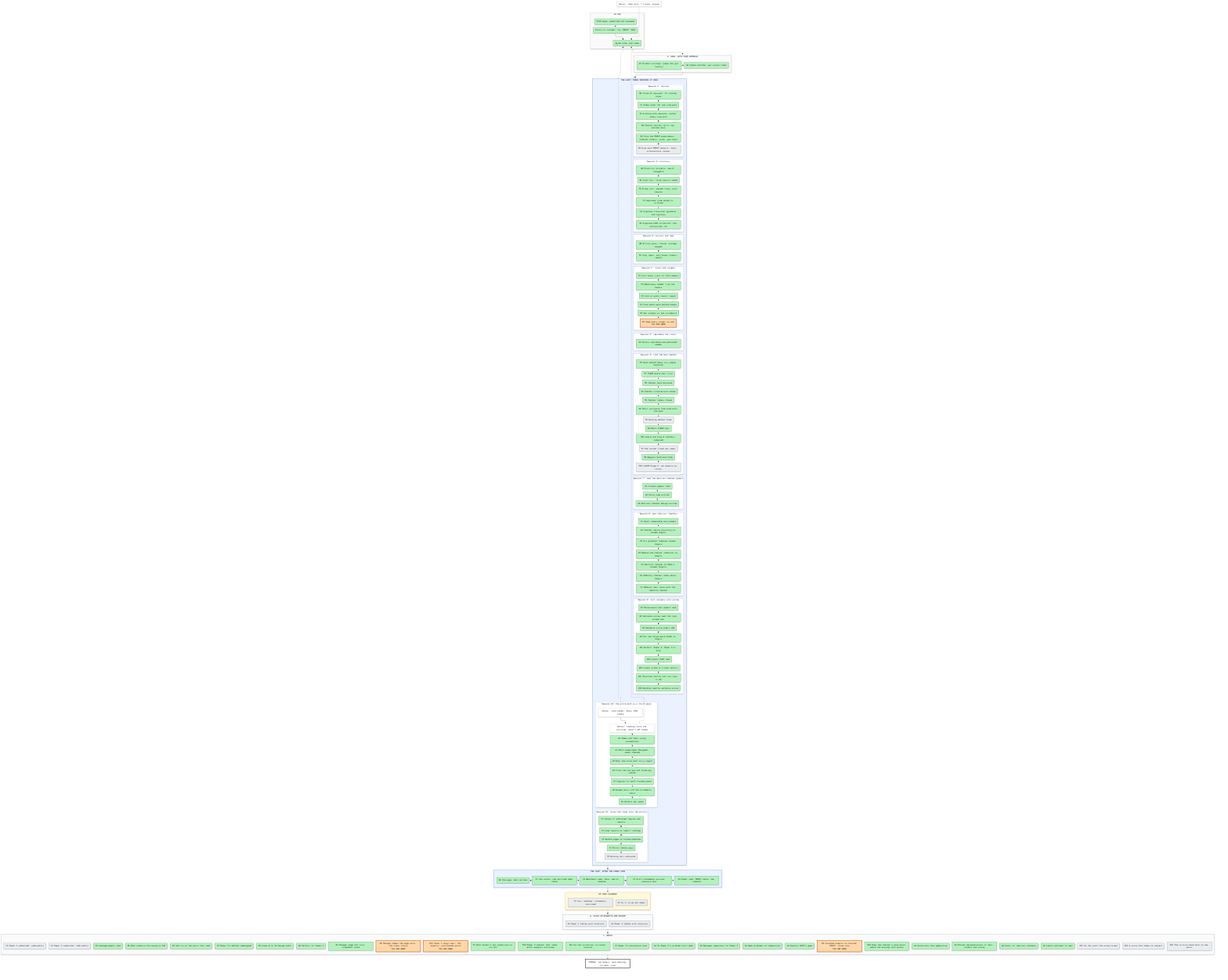
mo-rsa24/concept-composition keeps this Mermaid diagram as artifacts/notes/progress/map.png. Above is the earlier version. Its source is kept beside it as artifacts/notes/progress/map.mmd.
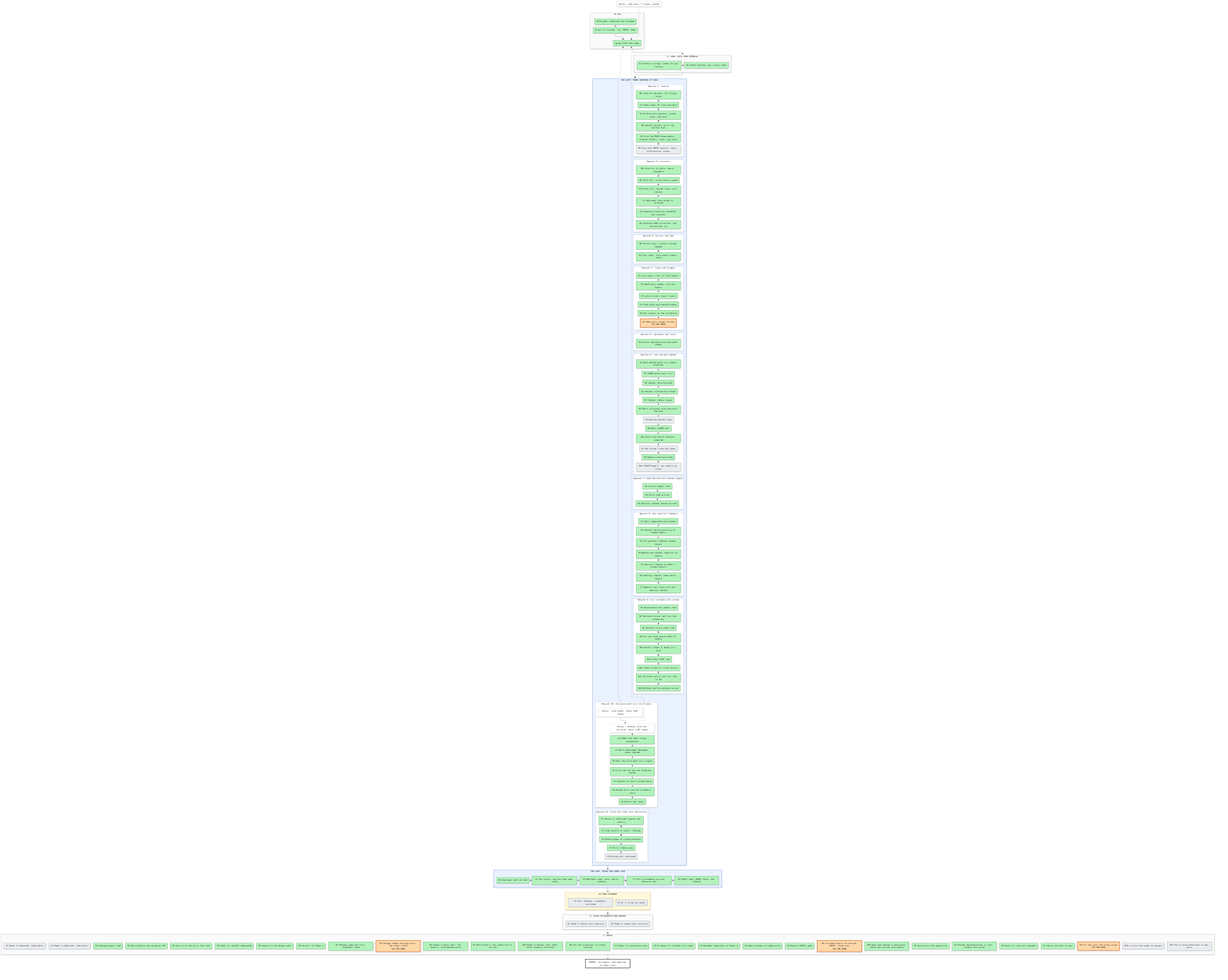
After the commit.

Commit message:
M11 done, M14 doing; map redrawn

The edit, as a diff of the source:
```diff
@@ -74,7 +74,7 @@
   end
   subgraph SF["F. WRITE"]
     direction LR
-    F1["F1 Paper 1 submitted, code public"]:::todo ~~~ F2["F2 Paper 2 submitted, code public"]:::todo ~~~ Z1["Z1 Leakage papers read"]:::done ~~~ Z2["Z2 What predicts borrowing on CO3"]:::done ~~~ Z3["Z3 One fix on the pairs that leak"]:::done ~~~ Z4["Z4 Paper 2's method redesigned"]:::done ~~~ Z5["Z5 Loops 8 to 10 design audit"]:::done ~~~ Z6["Z6 Verdict for Paper 2"]:::done ~~~ N1["N1 Manager page and first alignment round"]:::done ~~~ N2["N2 Manager keeps the page until the loops finish<br/>YOU ARE HERE"]:::doing ~~~ M11["M11 Paper 1 digit test: the experts' vote beside paste<br/>YOU ARE HERE"]:::doing ~~~ Z7["Z7 Each animal's own prediction in its box"]:::done ~~~ M12["M12 Paper 2 checker that reads which subjects are drawn"]:::done ~~~ Z8["Z8 Can the correction fix known failures"]:::done ~~~ K7["K7 Paper 1's evaluation plan"]:::done ~~~ G1["G1 Is Paper 2's problem still open"]:::done ~~~ G2["G2 Reviewer questions for Paper 1"]:::done ~~~ G3["G3 Open problems in composition"]:::done ~~~ G4["G4 Exploit DCFM's gaps"]:::done ~~~ Z9["Z9 Finished experts on Colored MNIST, three arms<br/>YOU ARE HERE"]:::doing ~~~ M13["M13 Does the checker's push point where the missing term points"]:::done ~~~ H1["H1 Directions that generalise"]:::done ~~~ H2["H2 Shared representations of text, latents and scores"]:::done ~~~ H3["H3 Dials for abstract concepts"]:::done ~~~ H4["H4 Limits and what to test"]:::done ~~~ M14["M14 Is the joint the wrong target"]:::todo ~~~ M15["M15 A score that names no subject"]:::todo ~~~ Z10["Z10 The co-occurrence dial on new pairs"]:::todo
+    F1["F1 Paper 1 submitted, code public"]:::todo ~~~ F2["F2 Paper 2 submitted, code public"]:::todo ~~~ Z1["Z1 Leakage papers read"]:::done ~~~ Z2["Z2 What predicts borrowing on CO3"]:::done ~~~ Z3["Z3 One fix on the pairs that leak"]:::done ~~~ Z4["Z4 Paper 2's method redesigned"]:::done ~~~ Z5["Z5 Loops 8 to 10 design audit"]:::done ~~~ Z6["Z6 Verdict for Paper 2"]:::done ~~~ N1["N1 Manager page and first alignment round"]:::done ~~~ N2["N2 Manager keeps the page until the loops finish<br/>YOU ARE HERE"]:::doing ~~~ M11["M11 Paper 1 digit test: the experts' vote beside paste"]:::done ~~~ Z7["Z7 Each animal's own prediction in its box"]:::done ~~~ M12["M12 Paper 2 checker that reads which subjects are drawn"]:::done ~~~ Z8["Z8 Can the correction fix known failures"]:::done ~~~ K7["K7 Paper 1's evaluation plan"]:::done ~~~ G1["G1 Is Paper 2's problem still open"]:::done ~~~ G2["G2 Reviewer questions for Paper 1"]:::done ~~~ G3["G3 Open problems in composition"]:::done ~~~ G4["G4 Exploit DCFM's gaps"]:::done ~~~ Z9["Z9 Finished experts on Colored MNIST, three arms<br/>YOU ARE HERE"]:::doing ~~~ M13["M13 Does the checker's push point where the missing term points"]:::done ~~~ H1["H1 Directions that generalise"]:::done ~~~ H2["H2 Shared representations of text, latents and scores"]:::done ~~~ H3["H3 Dials for abstract concepts"]:::done ~~~ H4["H4 Limits and what to test"]:::done ~~~ M14["M14 Is the joint the wrong target<br/>YOU ARE HERE"]:::doing ~~~ M15["M15 A score that names no subject"]:::todo ~~~ Z10["Z10 The co-occurrence dial on new pairs"]:::todo
   end
   GOAL["FINISH: two papers, each beating its best rival"]:::goal
   X0["Detour: idea walk, 7 claims, paused"]:::detour -.-> P2
```
